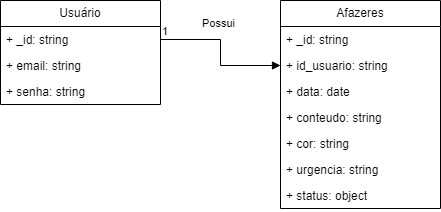
BrunoFavaro714/Senai keeps this draw.io diagram as 3_Semestre/TCC/agenda/docs/UML.png. Above is the earlier version. Source tidied: cells renumbered, new cells last; positions are measured from the earlier drawing's top-left corner, leaving out a move shared by most shapes.
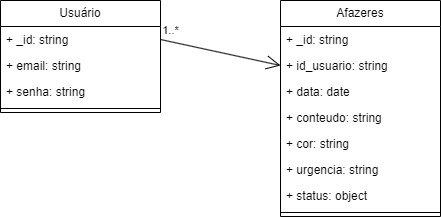
After the change.

What changed in the source:
```diff
@@ -3,7 +3,7 @@
     <mxCell id="0" />
     <mxCell id="1" parent="0" />
     <mxCell id="2" value="Usuário" style="swimlane;fontStyle=0;horizontal=1;startSize=26;fillColor=none;whiteSpace=wrap;html=1;" parent="1" vertex="1">
-      <mxGeometry width="160" height="104" as="geometry" />
+      <mxGeometry width="160" height="112" as="geometry" />
     </mxCell>
     <mxCell id="3" value="+ _id: string" style="text;strokeColor=none;fillColor=none;align=left;verticalAlign=top;spacingLeft=4;spacingRight=4;overflow=hidden;points=[[0,0.5],[1,0.5]];portConstraint=eastwest;whiteSpace=wrap;html=1;" parent="2" vertex="1">
       <mxGeometry y="26" width="160" height="26" as="geometry" />
@@ -14,8 +14,11 @@
     <mxCell id="5" value="+ senha: string" style="text;strokeColor=none;fillColor=none;align=left;verticalAlign=top;spacingLeft=4;spacingRight=4;overflow=hidden;whiteSpace=wrap;html=1;" parent="2" vertex="1">
       <mxGeometry y="78" width="160" height="26" as="geometry" />
     </mxCell>
+    <mxCell id="16" style="line;strokeWidth=1;fillColor=none;align=left;verticalAlign=middle;spacingTop=-1;spacingLeft=3;spacingRight=3;labelPosition=right;strokeColor=inherit;" parent="2" vertex="1">
+      <mxGeometry y="104" width="160" height="8" as="geometry" />
+    </mxCell>
     <mxCell id="6" value="Afazeres" style="swimlane;fontStyle=0;horizontal=1;startSize=26;fillColor=none;whiteSpace=wrap;html=1;" parent="1" vertex="1">
-      <mxGeometry x="280" width="160" height="208" as="geometry" />
+      <mxGeometry x="280" width="160" height="216" as="geometry" />
     </mxCell>
     <mxCell id="7" value="+ _id: string" style="text;strokeColor=none;fillColor=none;align=left;verticalAlign=top;spacingLeft=4;spacingRight=4;overflow=hidden;whiteSpace=wrap;html=1;" parent="6" vertex="1">
       <mxGeometry y="26" width="160" height="26" as="geometry" />
@@ -38,11 +41,13 @@
     <mxCell id="13" value="+ status: object" style="text;strokeColor=none;fillColor=none;align=left;verticalAlign=top;spacingLeft=4;spacingRight=4;overflow=hidden;whiteSpace=wrap;html=1;" parent="6" vertex="1">
       <mxGeometry y="182" width="160" height="26" as="geometry" />
     </mxCell>
-    <mxCell id="14" value="Possui" style="endArrow=block;endFill=1;html=1;edgeStyle=orthogonalEdgeStyle;align=left;verticalAlign=top;rounded=0;exitX=1;exitY=0.5;exitDx=0;exitDy=0;entryX=0;entryY=0.5;entryDx=0;entryDy=0;" parent="1" edge="1" source="3" target="8">
-      <mxGeometry x="-0.45" y="29" relative="1" as="geometry" />
-    </mxCell>
-    <mxCell id="15" value="1" style="edgeLabel;html=1;align=left;verticalAlign=bottom;" parent="14" vertex="1">
-      <mxGeometry x="-1" relative="1" as="geometry" />
-    </mxCell>
+    <mxCell id="17" style="line;strokeWidth=1;fillColor=none;align=left;verticalAlign=middle;spacingTop=-1;spacingLeft=3;spacingRight=3;labelPosition=right;strokeColor=inherit;" parent="6" vertex="1">
+      <mxGeometry y="208" width="160" height="8" as="geometry" />
+    </mxCell>
+    <mxCell id="18" value="1..*" style="endArrow=open;endFill=1;endSize=12;html=1;rounded=0;entryX=0;entryY=0.5;entryDx=0;entryDy=0;" parent="1" edge="1" target="8">
+      <mxGeometry x="-0.87" y="11" relative="1" as="geometry">
+        <mxPoint x="160" y="39" as="sourcePoint" />
+      </mxGeometry>
+    </mxCell>
   </root>
 </mxGraphModel>
```
